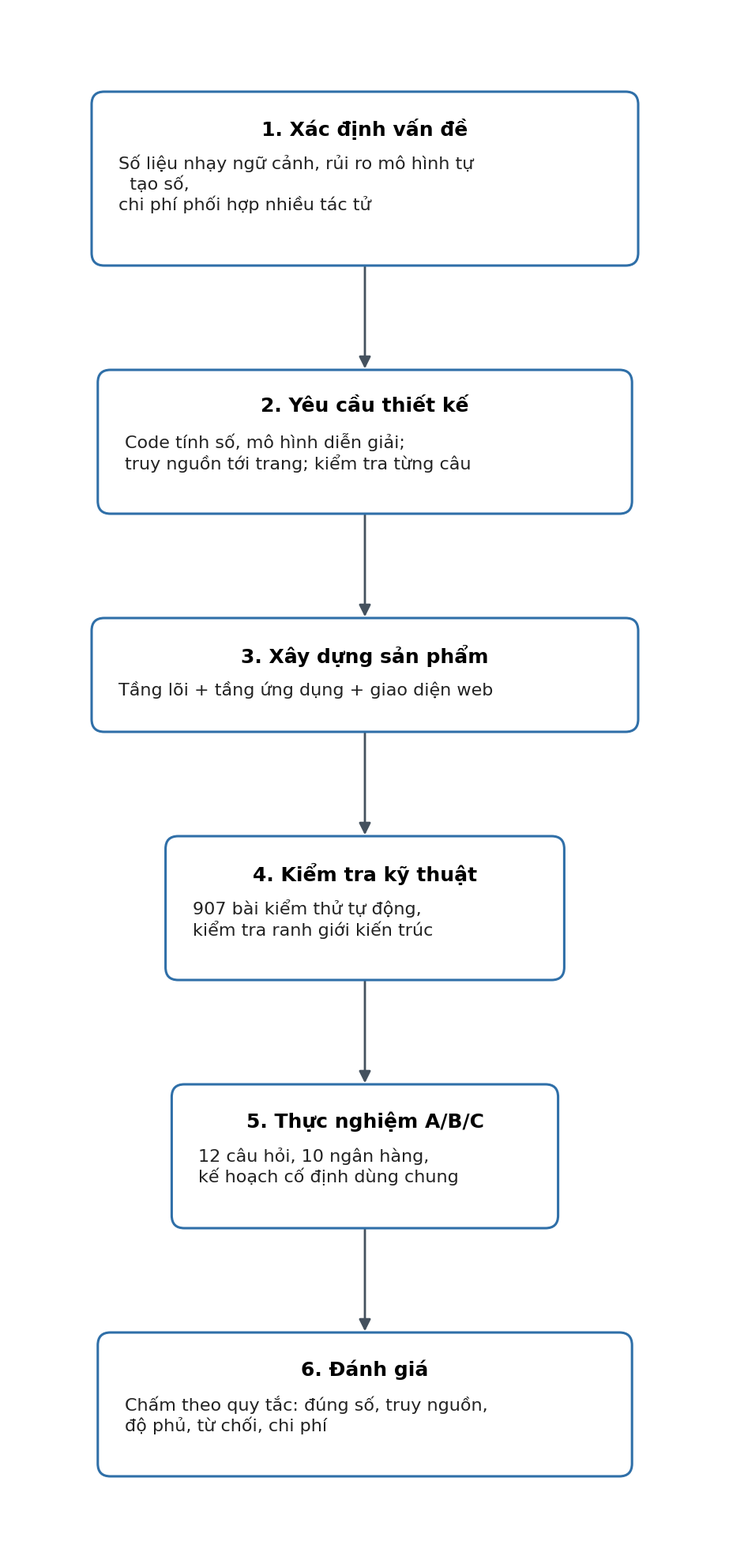
Earlier version of the Mermaid export docs/thesis-v2/figures/hinh-3-1-quy-trinh-dsr.png (thaicuong576/final-thesis). Its source is kept beside it as docs/thesis-v2/figures/hinh-3-1-quy-trinh-dsr.mmd.
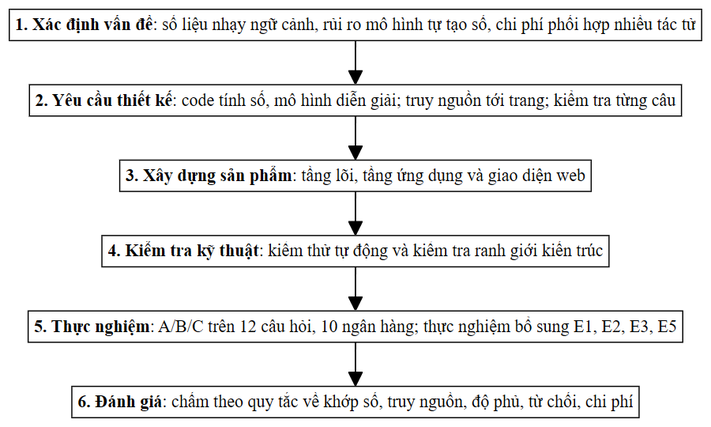
The same file after the commit.

What changed in the source:
```diff
@@ -1,8 +1,8 @@
-flowchart TD
-    S1["<b>1. Xác định vấn đề</b><br/>Số liệu nhạy ngữ cảnh, rủi ro mô hình tự tạo số,<br/>chi phí phối hợp nhiều tác tử"]
-    S2["<b>2. Yêu cầu thiết kế</b><br/>Code tính số, mô hình diễn giải;<br/>truy nguồn tới trang; kiểm tra từng câu"]
-    S3["<b>3. Xây dựng sản phẩm</b><br/>Tầng lõi + tầng ứng dụng + giao diện web"]
-    S4["<b>4. Kiểm tra kỹ thuật</b><br/>hơn 900 bài kiểm thử tự động,<br/>kiểm tra ranh giới kiến trúc"]
-    S5["<b>5. Thực nghiệm A/B/C</b><br/>12 câu hỏi, 10 ngân hàng,<br/>kế hoạch cố định dùng chung"]
-    S6["<b>6. Đánh giá</b><br/>Chấm theo quy tắc: đúng số, truy nguồn,<br/>độ phủ, từ chối, chi phí"]
+flowchart TB
+    S1["<b>1. Xác định vấn đề</b>: số liệu nhạy ngữ cảnh, rủi ro mô hình tự tạo số, chi phí phối hợp nhiều tác tử"]
+    S2["<b>2. Yêu cầu thiết kế</b>: code tính số, mô hình diễn giải; truy nguồn tới trang; kiểm tra từng câu"]
+    S3["<b>3. Xây dựng sản phẩm</b>: tầng lõi, tầng ứng dụng và giao diện web"]
+    S4["<b>4. Kiểm tra kỹ thuật</b>: kiểm thử tự động và kiểm tra ranh giới kiến trúc"]
+    S5["<b>5. Thực nghiệm</b>: A/B/C trên 12 câu hỏi, 10 ngân hàng; thực nghiệm bổ sung E1, E2, E3, E5"]
+    S6["<b>6. Đánh giá</b>: chấm theo quy tắc về khớp số, truy nguồn, độ phủ, từ chối, chi phí"]
     S1 --> S2 --> S3 --> S4 --> S5 --> S6
```
